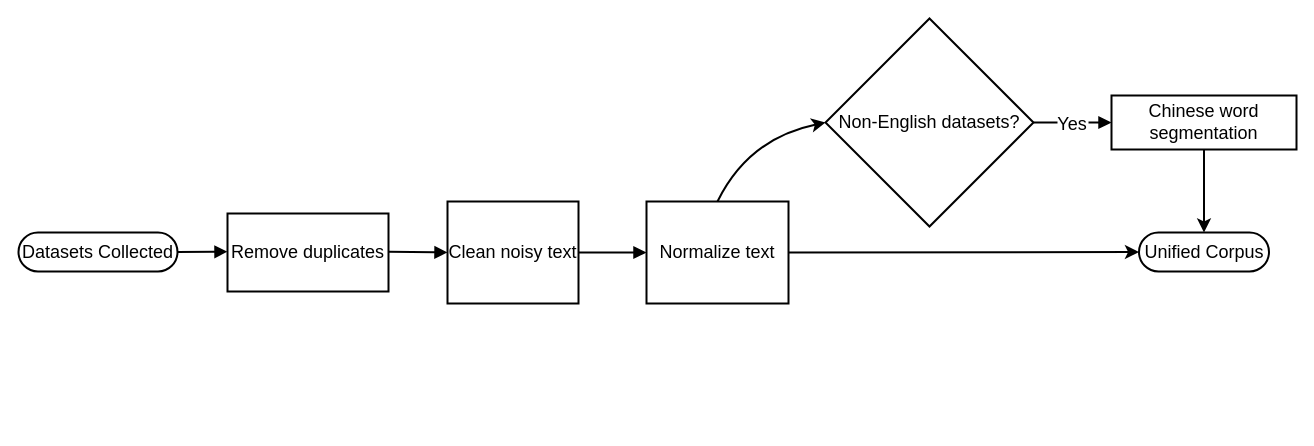
Above: page "3.4" (1 of 5) of chart/chapter 3/chapter 3.drawio in ppipppiu/thesis (draw.io), before the change. Source tidied: cells renumbered, new cells numbered last; positions are measured from the earlier drawing's top-left corner, leaving out a move shared by most shapes. Both pictures are drawn from the tidied source at 100%, with x=0, y=0 at pixel (18, 18).
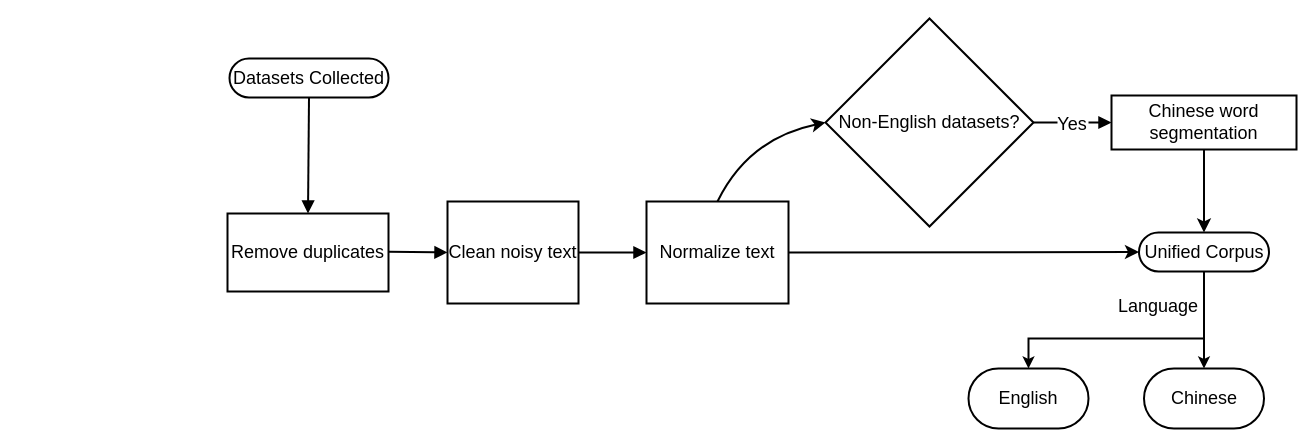
Above is the later version.

The change refers to these unchanged cells:
```xml
<mxCell id="3" value="Remove duplicates" style="whiteSpace=wrap;strokeWidth=2;fontSize=18;" parent="1" vertex="1">
  <mxGeometry x="209" y="195" width="161" height="78" as="geometry" />
</mxCell>
<mxCell id="11" value="Unified Corpus" style="rounded=1;whiteSpace=wrap;arcSize=50;strokeWidth=2;fontSize=18;" parent="1" vertex="1">
  <mxGeometry x="1120.5" y="214" width="130" height="39" as="geometry" />
</mxCell>
```

The edit, as a diff of the source:
```diff
@@
     <mxCell id="2" value="Datasets Collected" style="rounded=1;whiteSpace=wrap;arcSize=50;strokeWidth=2;fontSize=18;" parent="1" vertex="1">
-      <mxGeometry y="214" width="159" height="39" as="geometry" />
+      <mxGeometry x="211" y="40" width="159" height="39" as="geometry" />
     </mxCell>
@@
+    <mxCell id="16" style="edgeStyle=orthogonalEdgeStyle;rounded=0;jettySize=auto;html=1;strokeWidth=2;" parent="1" edge="1" source="11" target="18">
+      <mxGeometry relative="1" as="geometry">
+        <Array as="points">
+          <mxPoint x="1185" y="320" />
+          <mxPoint x="1010" y="320" />
+        </Array>
+      </mxGeometry>
+    </mxCell>
+    <mxCell id="17" style="edgeStyle=orthogonalEdgeStyle;rounded=0;jettySize=auto;html=1;strokeWidth=2;" parent="1" edge="1" source="11" target="19">
+      <mxGeometry relative="1" as="geometry" />
+    </mxCell>
@@
-    <mxCell id="12" style="curved=1;startArrow=none;endArrow=block;exitX=1;exitY=0.5;entryX=0;entryY=0.49;rounded=0;fontSize=18;startSize=8;endSize=8;strokeWidth=2;" parent="1" edge="1" source="2" target="3">
+    <mxCell id="12" style="curved=1;startArrow=none;endArrow=block;exitX=0.5;exitY=1;entryX=0.5;entryY=0;rounded=0;fontSize=18;startSize=8;endSize=8;strokeWidth=2;exitDx=0;exitDy=0;entryDx=0;entryDy=0;" parent="1" edge="1" source="2" target="3">
       <mxGeometry relative="1" as="geometry" />
     </mxCell>
@@
+    <mxCell id="18" value="English" style="whiteSpace=wrap;html=1;fontSize=18;rounded=1;arcSize=50;strokeWidth=2;" parent="1" vertex="1">
+      <mxGeometry x="950" y="350" width="120" height="60" as="geometry" />
+    </mxCell>
+    <mxCell id="19" value="Chinese" style="whiteSpace=wrap;html=1;fontSize=18;rounded=1;arcSize=50;strokeWidth=2;" parent="1" vertex="1">
+      <mxGeometry x="1125.5" y="350" width="120" height="60" as="geometry" />
+    </mxCell>
+    <mxCell id="20" value="&lt;font style=&quot;font-size: 18px;&quot;&gt;Language&lt;/font&gt;" style="text;html=1;whiteSpace=wrap;strokeColor=none;fillColor=none;align=center;verticalAlign=middle;rounded=0;" parent="1" vertex="1">
+      <mxGeometry x="1110" y="273" width="60" height="30" as="geometry" />
+    </mxCell>
```
